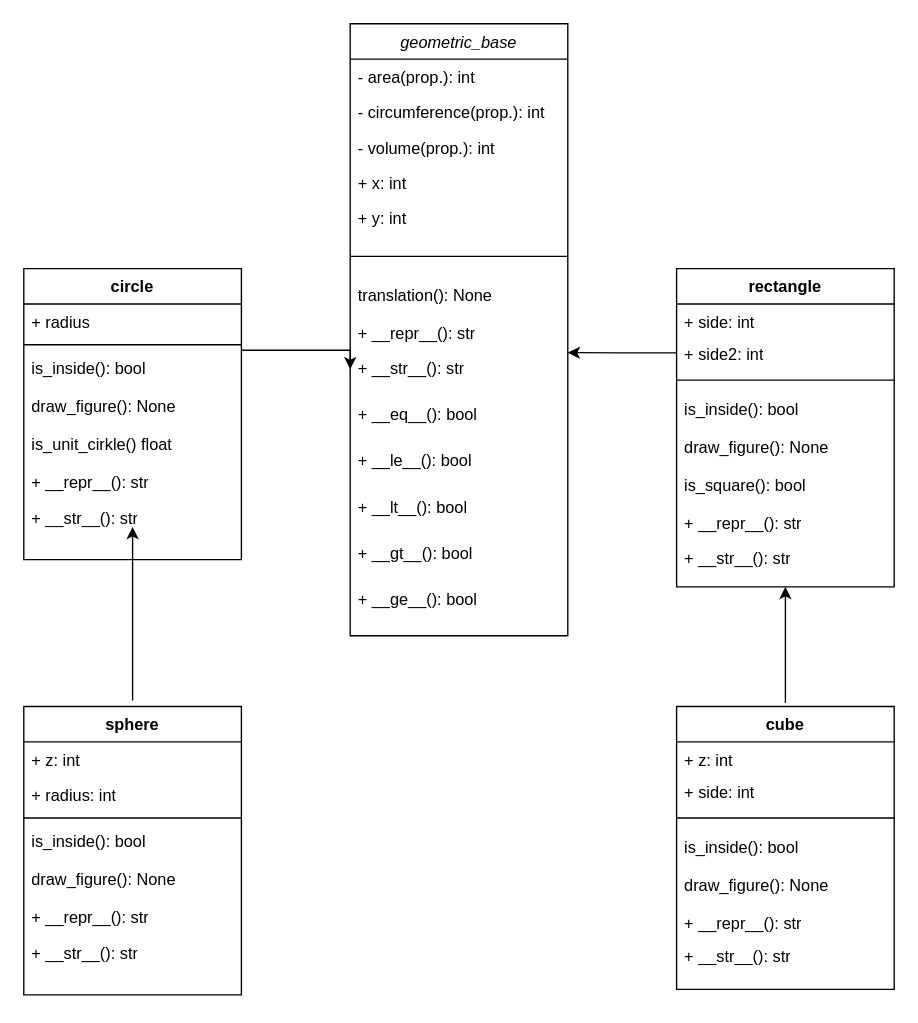
The draw.io diagram Labs/Untitled Diagram.drawio in koop46/Python_Alejandro_Martinez, before the edit. Source tidied: cells renumbered, new cells numbered last; positions are measured from the earlier drawing's top-left corner, leaving out a move shared by most shapes. Both pictures are drawn from the tidied source at 136%, with x=0, y=0 at pixel (23, 23).
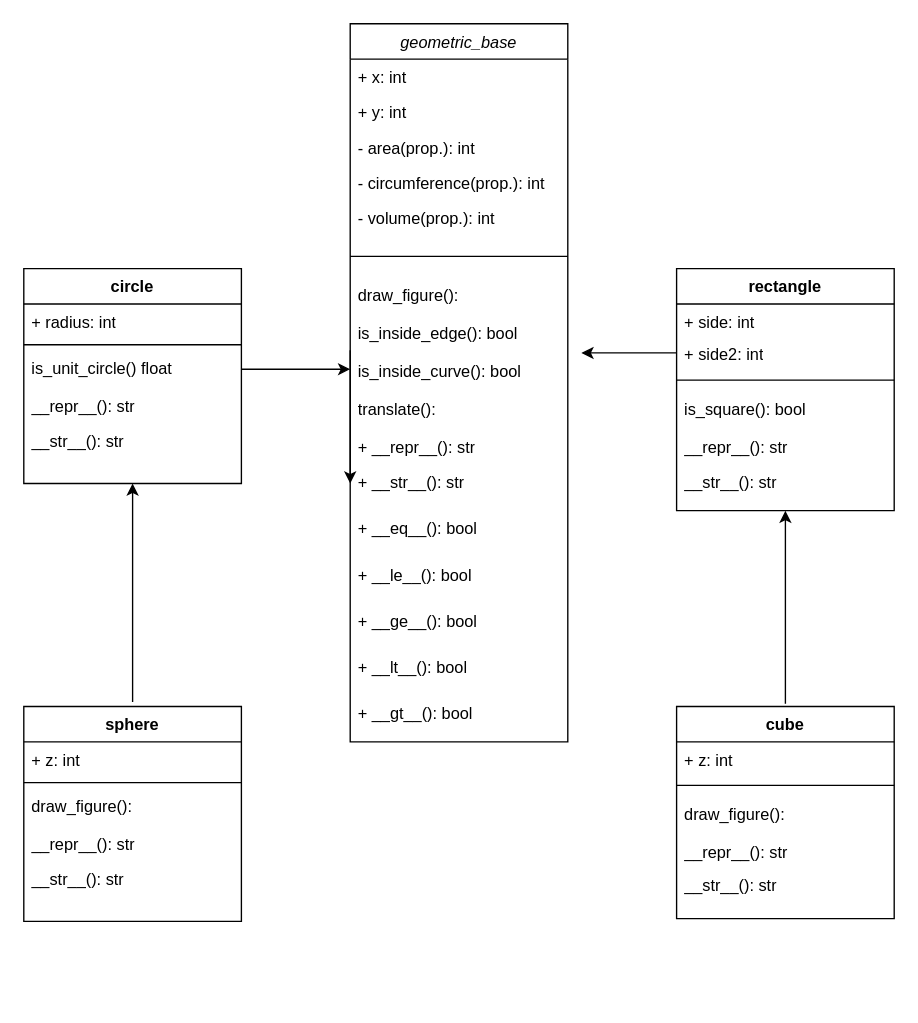
The same diagram, later.

The change refers to these unchanged cells:
```xml
<mxCell id="19" value="+ side2: int" style="text;strokeColor=none;fillColor=none;align=left;verticalAlign=top;spacingLeft=4;spacingRight=4;overflow=hidden;points=[[0,0.5],[1,0.5]];portConstraint=eastwest;whiteSpace=wrap;html=1;" parent="17" vertex="1">
  <mxGeometry y="50" width="160" height="24" as="geometry" />
</mxCell>
```

Change to the diagram source:
```diff
@@
     <mxCell id="2" value="geometric_base&#10;" style="swimlane;fontStyle=2;align=center;verticalAlign=top;horizontal=1;startSize=26;rounded=0;shadow=0;strokeWidth=1;" parent="1" vertex="1">
-      <mxGeometry x="240" width="160" height="450" as="geometry" />
+      <mxGeometry x="240" width="160" height="528" as="geometry" />
     </mxCell>
+    <mxCell id="6" value="+ x: int" style="text;align=left;verticalAlign=top;spacingLeft=4;spacingRight=4;overflow=hidden;rounded=0;shadow=0;html=0;" parent="2" vertex="1">
+      <mxGeometry y="26" width="160" height="26" as="geometry" />
+    </mxCell>
+    <mxCell id="7" value="+ y: int" style="text;align=left;verticalAlign=top;spacingLeft=4;spacingRight=4;overflow=hidden;rounded=0;shadow=0;html=0;" parent="2" vertex="1">
+      <mxGeometry y="52" width="160" height="26" as="geometry" />
+    </mxCell>
     <mxCell id="3" value="- area(prop.): int" style="text;align=left;verticalAlign=top;spacingLeft=4;spacingRight=4;overflow=hidden;" parent="2" vertex="1">
-      <mxGeometry y="26" width="160" height="26" as="geometry" />
+      <mxGeometry y="78" width="160" height="26" as="geometry" />
     </mxCell>
     <mxCell id="4" value="- circumference(prop.): int" style="text;align=left;verticalAlign=top;spacingLeft=4;spacingRight=4;overflow=hidden;rounded=0;shadow=0;html=0;" parent="2" vertex="1">
-      <mxGeometry y="52" width="160" height="26" as="geometry" />
+      <mxGeometry y="104" width="160" height="26" as="geometry" />
     </mxCell>
     <mxCell id="5" value="- volume(prop.): int" style="text;align=left;verticalAlign=top;spacingLeft=4;spacingRight=4;overflow=hidden;rounded=0;shadow=0;html=0;" parent="2" vertex="1">
-      <mxGeometry y="78" width="160" height="26" as="geometry" />
+      <mxGeometry y="130" width="160" height="26" as="geometry" />
     </mxCell>
-    <mxCell id="6" value="+ x: int" style="text;align=left;verticalAlign=top;spacingLeft=4;spacingRight=4;overflow=hidden;rounded=0;shadow=0;html=0;" parent="2" vertex="1">
-      <mxGeometry y="104" width="160" height="26" as="geometry" />
-    </mxCell>
-    <mxCell id="7" value="+ y: int" style="text;align=left;verticalAlign=top;spacingLeft=4;spacingRight=4;overflow=hidden;rounded=0;shadow=0;html=0;" parent="2" vertex="1">
-      <mxGeometry y="130" width="160" height="26" as="geometry" />
-    </mxCell>
@@
+    <mxCell id="22" value="draw_figure():" style="text;align=left;verticalAlign=top;spacingLeft=4;spacingRight=4;overflow=hidden;" parent="2" vertex="1">
+      <mxGeometry y="186" width="160" height="28" as="geometry" />
+    </mxCell>
+    <mxCell id="21" value="is_inside_edge(): bool" style="text;align=left;verticalAlign=top;spacingLeft=4;spacingRight=4;overflow=hidden;" parent="2" vertex="1">
+      <mxGeometry y="214" width="160" height="28" as="geometry" />
+    </mxCell>
+    <mxCell id="29" value="is_inside_curve(): bool" style="text;align=left;verticalAlign=top;spacingLeft=4;spacingRight=4;overflow=hidden;points=[[0,0.5],[1,0.5]];portConstraint=eastwest;" parent="2" vertex="1">
+      <mxGeometry y="242" width="160" height="28" as="geometry" />
+    </mxCell>
-    <mxCell id="9" value="translation(): None" style="text;align=left;verticalAlign=top;spacingLeft=4;spacingRight=4;overflow=hidden;" parent="2" vertex="1">
-      <mxGeometry y="186" width="160" height="28" as="geometry" />
+    <mxCell id="9" value="translate():" style="text;align=left;verticalAlign=top;spacingLeft=4;spacingRight=4;overflow=hidden;" parent="2" vertex="1">
+      <mxGeometry y="270" width="160" height="28" as="geometry" />
     </mxCell>
     <mxCell id="10" value="+ __repr__(): str" style="text;strokeColor=none;fillColor=none;align=left;verticalAlign=top;spacingLeft=4;spacingRight=4;overflow=hidden;whiteSpace=wrap;html=1;" parent="2" vertex="1">
-      <mxGeometry y="214" width="160" height="26" as="geometry" />
+      <mxGeometry y="298" width="160" height="26" as="geometry" />
     </mxCell>
     <mxCell id="11" value="+ __str__(): str" style="text;strokeColor=none;fillColor=none;align=left;verticalAlign=top;spacingLeft=4;spacingRight=4;overflow=hidden;points=[[0,0.5],[1,0.5]];portConstraint=eastwest;whiteSpace=wrap;html=1;" parent="2" vertex="1">
-      <mxGeometry y="240" width="160" height="34" as="geometry" />
+      <mxGeometry y="324" width="160" height="34" as="geometry" />
     </mxCell>
     <mxCell id="12" value="+ __eq__(): bool" style="text;strokeColor=none;fillColor=none;align=left;verticalAlign=top;spacingLeft=4;spacingRight=4;overflow=hidden;whiteSpace=wrap;html=1;" parent="2" vertex="1">
-      <mxGeometry y="274" width="160" height="34" as="geometry" />
+      <mxGeometry y="358" width="160" height="34" as="geometry" />
     </mxCell>
     <mxCell id="13" value="+ __le__(): bool" style="text;strokeColor=none;fillColor=none;align=left;verticalAlign=top;spacingLeft=4;spacingRight=4;overflow=hidden;whiteSpace=wrap;html=1;" parent="2" vertex="1">
-      <mxGeometry y="308" width="160" height="34" as="geometry" />
+      <mxGeometry y="392" width="160" height="34" as="geometry" />
     </mxCell>
+    <mxCell id="16" value="+ __ge__(): bool" style="text;strokeColor=none;fillColor=none;align=left;verticalAlign=top;spacingLeft=4;spacingRight=4;overflow=hidden;whiteSpace=wrap;html=1;" parent="2" vertex="1">
+      <mxGeometry y="426" width="160" height="34" as="geometry" />
+    </mxCell>
     <mxCell id="14" value="+ __lt__(): bool" style="text;strokeColor=none;fillColor=none;align=left;verticalAlign=top;spacingLeft=4;spacingRight=4;overflow=hidden;whiteSpace=wrap;html=1;" parent="2" vertex="1">
-      <mxGeometry y="342" width="160" height="34" as="geometry" />
+      <mxGeometry y="460" width="160" height="34" as="geometry" />
     </mxCell>
     <mxCell id="15" value="+ __gt__(): bool" style="text;strokeColor=none;fillColor=none;align=left;verticalAlign=top;spacingLeft=4;spacingRight=4;overflow=hidden;whiteSpace=wrap;html=1;" parent="2" vertex="1">
-      <mxGeometry y="376" width="160" height="34" as="geometry" />
+      <mxGeometry y="494" width="160" height="34" as="geometry" />
     </mxCell>
-    <mxCell id="16" value="+ __ge__(): bool" style="text;strokeColor=none;fillColor=none;align=left;verticalAlign=top;spacingLeft=4;spacingRight=4;overflow=hidden;whiteSpace=wrap;html=1;" parent="2" vertex="1">
-      <mxGeometry y="410" width="160" height="34" as="geometry" />
-    </mxCell>
+    <mxCell id="53" style="edgeStyle=orthogonalEdgeStyle;rounded=0;jettySize=auto;html=1;entryX=0;entryY=0.412;entryDx=0;entryDy=0;entryPerimeter=0;" parent="2" edge="1" source="29" target="11">
+      <mxGeometry relative="1" as="geometry">
+        <Array as="points">
+          <mxPoint y="240" />
+        </Array>
+      </mxGeometry>
+    </mxCell>
     <mxCell id="17" value="rectangle" style="swimlane;fontStyle=1;align=center;verticalAlign=top;horizontal=1;startSize=26;whiteSpace=wrap;html=1;" parent="1" vertex="1">
-      <mxGeometry x="480" y="180" width="160" height="234" as="geometry" />
+      <mxGeometry x="480" y="180" width="160" height="178" as="geometry" />
     </mxCell>
@@
+    <mxCell id="54" style="edgeStyle=orthogonalEdgeStyle;rounded=0;jettySize=auto;html=1;" parent="17" edge="1" source="19">
+      <mxGeometry relative="1" as="geometry">
+        <mxPoint x="-70" y="62" as="targetPoint" />
+      </mxGeometry>
+    </mxCell>
@@
-    <mxCell id="21" value="is_inside(): bool" style="text;align=left;verticalAlign=top;spacingLeft=4;spacingRight=4;overflow=hidden;" parent="17" vertex="1">
-      <mxGeometry y="90" width="160" height="28" as="geometry" />
-    </mxCell>
-    <mxCell id="22" value="draw_figure(): None" style="text;align=left;verticalAlign=top;spacingLeft=4;spacingRight=4;overflow=hidden;" parent="17" vertex="1">
-      <mxGeometry y="118" width="160" height="28" as="geometry" />
-    </mxCell>
     <mxCell id="23" value="is_square(): bool" style="text;align=left;verticalAlign=top;spacingLeft=4;spacingRight=4;overflow=hidden;" parent="17" vertex="1">
-      <mxGeometry y="146" width="160" height="28" as="geometry" />
+      <mxGeometry y="90" width="160" height="28" as="geometry" />
     </mxCell>
-    <mxCell id="24" value="+ __repr__(): str" style="text;strokeColor=none;fillColor=none;align=left;verticalAlign=top;spacingLeft=4;spacingRight=4;overflow=hidden;whiteSpace=wrap;html=1;" parent="17" vertex="1">
-      <mxGeometry y="174" width="160" height="26" as="geometry" />
+    <mxCell id="24" value="__repr__(): str" style="text;strokeColor=none;fillColor=none;align=left;verticalAlign=top;spacingLeft=4;spacingRight=4;overflow=hidden;whiteSpace=wrap;html=1;" parent="17" vertex="1">
+      <mxGeometry y="118" width="160" height="26" as="geometry" />
     </mxCell>
-    <mxCell id="25" value="+ __str__(): str" style="text;strokeColor=none;fillColor=none;align=left;verticalAlign=top;spacingLeft=4;spacingRight=4;overflow=hidden;points=[[0,0.5],[1,0.5]];portConstraint=eastwest;whiteSpace=wrap;html=1;" parent="17" vertex="1">
-      <mxGeometry y="200" width="160" height="34" as="geometry" />
+    <mxCell id="25" value="__str__(): str" style="text;strokeColor=none;fillColor=none;align=left;verticalAlign=top;spacingLeft=4;spacingRight=4;overflow=hidden;points=[[0,0.5],[1,0.5]];portConstraint=eastwest;whiteSpace=wrap;html=1;" parent="17" vertex="1">
+      <mxGeometry y="144" width="160" height="34" as="geometry" />
     </mxCell>
     <mxCell id="26" value="circle&lt;br&gt;" style="swimlane;fontStyle=1;align=center;verticalAlign=top;horizontal=1;startSize=26;whiteSpace=wrap;html=1;" parent="1" vertex="1">
-      <mxGeometry y="180" width="160" height="214" as="geometry" />
+      <mxGeometry y="180" width="160" height="158" as="geometry" />
     </mxCell>
-    <mxCell id="27" value="+ radius" style="text;strokeColor=none;fillColor=none;align=left;verticalAlign=top;spacingLeft=4;spacingRight=4;overflow=hidden;whiteSpace=wrap;html=1;" parent="26" vertex="1">
+    <mxCell id="27" value="+ radius: int" style="text;strokeColor=none;fillColor=none;align=left;verticalAlign=top;spacingLeft=4;spacingRight=4;overflow=hidden;whiteSpace=wrap;html=1;" parent="26" vertex="1">
       <mxGeometry y="26" width="160" height="26" as="geometry" />
     </mxCell>
@@
-    <mxCell id="29" value="is_inside(): bool" style="text;align=left;verticalAlign=top;spacingLeft=4;spacingRight=4;overflow=hidden;points=[[0,0.5],[1,0.5]];portConstraint=eastwest;" parent="26" vertex="1">
-      <mxGeometry y="60" width="160" height="28" as="geometry" />
-    </mxCell>
-    <mxCell id="30" value="draw_figure(): None" style="text;align=left;verticalAlign=top;spacingLeft=4;spacingRight=4;overflow=hidden;" parent="26" vertex="1">
-      <mxGeometry y="88" width="160" height="28" as="geometry" />
-    </mxCell>
+    <mxCell id="55" style="edgeStyle=orthogonalEdgeStyle;rounded=0;jettySize=auto;html=1;" parent="26" edge="1" source="31">
+      <mxGeometry relative="1" as="geometry">
+        <mxPoint x="240" y="74" as="targetPoint" />
+      </mxGeometry>
+    </mxCell>
-    <mxCell id="31" value="is_unit_cirkle() float" style="text;align=left;verticalAlign=top;spacingLeft=4;spacingRight=4;overflow=hidden;points=[[0,0.5],[1,0.5]];portConstraint=eastwest;" parent="26" vertex="1">
-      <mxGeometry y="116" width="160" height="28" as="geometry" />
+    <mxCell id="31" value="is_unit_circle() float" style="text;align=left;verticalAlign=top;spacingLeft=4;spacingRight=4;overflow=hidden;points=[[0,0.5],[1,0.5]];portConstraint=eastwest;" parent="26" vertex="1">
+      <mxGeometry y="60" width="160" height="28" as="geometry" />
     </mxCell>
-    <mxCell id="32" value="+ __repr__(): str" style="text;strokeColor=none;fillColor=none;align=left;verticalAlign=top;spacingLeft=4;spacingRight=4;overflow=hidden;whiteSpace=wrap;html=1;" parent="26" vertex="1">
-      <mxGeometry y="144" width="160" height="26" as="geometry" />
+    <mxCell id="32" value="__repr__(): str" style="text;strokeColor=none;fillColor=none;align=left;verticalAlign=top;spacingLeft=4;spacingRight=4;overflow=hidden;whiteSpace=wrap;html=1;" parent="26" vertex="1">
+      <mxGeometry y="88" width="160" height="26" as="geometry" />
     </mxCell>
-    <mxCell id="33" value="+ __str__(): str" style="text;strokeColor=none;fillColor=none;align=left;verticalAlign=top;spacingLeft=4;spacingRight=4;overflow=hidden;whiteSpace=wrap;html=1;" parent="26" vertex="1">
-      <mxGeometry y="170" width="160" height="44" as="geometry" />
+    <mxCell id="33" value="__str__(): str" style="text;strokeColor=none;fillColor=none;align=left;verticalAlign=top;spacingLeft=4;spacingRight=4;overflow=hidden;whiteSpace=wrap;html=1;" parent="26" vertex="1">
+      <mxGeometry y="114" width="160" height="44" as="geometry" />
     </mxCell>
@@
     <mxCell id="35" value="cube" style="swimlane;fontStyle=1;align=center;verticalAlign=top;horizontal=1;startSize=26;whiteSpace=wrap;html=1;" parent="1" vertex="1">
-      <mxGeometry x="480" y="502" width="160" height="208" as="geometry" />
+      <mxGeometry x="480" y="502" width="160" height="156" as="geometry" />
     </mxCell>
@@
-    <mxCell id="37" value="+ side: int" style="text;strokeColor=none;fillColor=none;align=left;verticalAlign=top;spacingLeft=4;spacingRight=4;overflow=hidden;whiteSpace=wrap;html=1;" parent="35" vertex="1">
-      <mxGeometry y="50" width="160" height="24" as="geometry" />
-    </mxCell>
     <mxCell id="38" style="line;strokeWidth=1;fillColor=none;align=left;verticalAlign=middle;spacingTop=-1;spacingLeft=3;spacingRight=3;labelPosition=right;strokeColor=inherit;" parent="35" vertex="1">
-      <mxGeometry y="74" width="160" height="16" as="geometry" />
+      <mxGeometry y="50" width="160" height="16" as="geometry" />
     </mxCell>
-    <mxCell id="39" value="is_inside(): bool" style="text;align=left;verticalAlign=top;spacingLeft=4;spacingRight=4;overflow=hidden;" parent="35" vertex="1">
-      <mxGeometry y="90" width="160" height="28" as="geometry" />
-    </mxCell>
-    <mxCell id="40" value="draw_figure(): None" style="text;align=left;verticalAlign=top;spacingLeft=4;spacingRight=4;overflow=hidden;" parent="35" vertex="1">
-      <mxGeometry y="118" width="160" height="28" as="geometry" />
+    <mxCell id="40" value="draw_figure():" style="text;align=left;verticalAlign=top;spacingLeft=4;spacingRight=4;overflow=hidden;" parent="35" vertex="1">
+      <mxGeometry y="66" width="160" height="28" as="geometry" />
     </mxCell>
-    <mxCell id="41" value="+ __repr__(): str" style="text;strokeColor=none;fillColor=none;align=left;verticalAlign=top;spacingLeft=4;spacingRight=4;overflow=hidden;whiteSpace=wrap;html=1;" parent="35" vertex="1">
-      <mxGeometry y="146" width="160" height="24" as="geometry" />
+    <mxCell id="41" value="__repr__(): str" style="text;strokeColor=none;fillColor=none;align=left;verticalAlign=top;spacingLeft=4;spacingRight=4;overflow=hidden;whiteSpace=wrap;html=1;" parent="35" vertex="1">
+      <mxGeometry y="94" width="160" height="24" as="geometry" />
     </mxCell>
-    <mxCell id="42" value="+ __str__(): str" style="text;strokeColor=none;fillColor=none;align=left;verticalAlign=top;spacingLeft=4;spacingRight=4;overflow=hidden;whiteSpace=wrap;html=1;" parent="35" vertex="1">
-      <mxGeometry y="170" width="160" height="38" as="geometry" />
+    <mxCell id="42" value="__str__(): str" style="text;strokeColor=none;fillColor=none;align=left;verticalAlign=top;spacingLeft=4;spacingRight=4;overflow=hidden;whiteSpace=wrap;html=1;" parent="35" vertex="1">
+      <mxGeometry y="118" width="160" height="38" as="geometry" />
     </mxCell>
-    <mxCell id="43" style="edgeStyle=orthogonalEdgeStyle;rounded=0;jettySize=auto;html=1;exitX=0.5;exitY=-0.021;exitDx=0;exitDy=0;exitPerimeter=0;" parent="1" edge="1" source="44">
-      <mxGeometry relative="1" as="geometry">
-        <mxPoint x="80" y="370" as="targetPoint" />
-      </mxGeometry>
+    <mxCell id="43" style="edgeStyle=orthogonalEdgeStyle;rounded=0;jettySize=auto;html=1;exitX=0.5;exitY=-0.021;exitDx=0;exitDy=0;exitPerimeter=0;entryX=0.5;entryY=1;entryDx=0;entryDy=0;" parent="1" edge="1" source="44" target="26">
+      <mxGeometry relative="1" as="geometry" />
     </mxCell>
     <mxCell id="44" value="sphere" style="swimlane;fontStyle=1;align=center;verticalAlign=top;horizontal=1;startSize=26;whiteSpace=wrap;html=1;" parent="1" vertex="1">
-      <mxGeometry y="502" width="160" height="212" as="geometry" />
+      <mxGeometry y="502" width="160" height="158" as="geometry" />
     </mxCell>
@@
-    <mxCell id="46" value="+ radius: int" style="text;strokeColor=none;fillColor=none;align=left;verticalAlign=top;spacingLeft=4;spacingRight=4;overflow=hidden;whiteSpace=wrap;html=1;" parent="44" vertex="1">
-      <mxGeometry y="52" width="160" height="26" as="geometry" />
-    </mxCell>
     <mxCell id="47" style="line;strokeWidth=1;fillColor=none;align=left;verticalAlign=middle;spacingTop=-1;spacingLeft=3;spacingRight=3;labelPosition=right;strokeColor=inherit;" parent="44" vertex="1">
-      <mxGeometry y="78" width="160" height="8" as="geometry" />
+      <mxGeometry y="52" width="160" height="8" as="geometry" />
     </mxCell>
-    <mxCell id="48" value="is_inside(): bool" style="text;align=left;verticalAlign=top;spacingLeft=4;spacingRight=4;overflow=hidden;" parent="44" vertex="1">
-      <mxGeometry y="86" width="160" height="28" as="geometry" />
-    </mxCell>
-    <mxCell id="49" value="draw_figure(): None" style="text;align=left;verticalAlign=top;spacingLeft=4;spacingRight=4;overflow=hidden;" parent="44" vertex="1">
-      <mxGeometry y="114" width="160" height="28" as="geometry" />
+    <mxCell id="49" value="draw_figure(): " style="text;align=left;verticalAlign=top;spacingLeft=4;spacingRight=4;overflow=hidden;" parent="44" vertex="1">
+      <mxGeometry y="60" width="160" height="28" as="geometry" />
     </mxCell>
-    <mxCell id="50" value="+ __repr__(): str" style="text;strokeColor=none;fillColor=none;align=left;verticalAlign=top;spacingLeft=4;spacingRight=4;overflow=hidden;whiteSpace=wrap;html=1;" parent="44" vertex="1">
-      <mxGeometry y="142" width="160" height="26" as="geometry" />
+    <mxCell id="50" value="__repr__(): str" style="text;strokeColor=none;fillColor=none;align=left;verticalAlign=top;spacingLeft=4;spacingRight=4;overflow=hidden;whiteSpace=wrap;html=1;" parent="44" vertex="1">
+      <mxGeometry y="88" width="160" height="26" as="geometry" />
     </mxCell>
-    <mxCell id="51" value="+ __str__(): str" style="text;strokeColor=none;fillColor=none;align=left;verticalAlign=top;spacingLeft=4;spacingRight=4;overflow=hidden;whiteSpace=wrap;html=1;" parent="44" vertex="1">
-      <mxGeometry y="168" width="160" height="44" as="geometry" />
+    <mxCell id="51" value="__str__(): str" style="text;strokeColor=none;fillColor=none;align=left;verticalAlign=top;spacingLeft=4;spacingRight=4;overflow=hidden;whiteSpace=wrap;html=1;" parent="44" vertex="1">
+      <mxGeometry y="114" width="160" height="44" as="geometry" />
     </mxCell>
-    <mxCell id="52" style="edgeStyle=orthogonalEdgeStyle;rounded=0;jettySize=auto;html=1;exitX=0;exitY=0.5;exitDx=0;exitDy=0;" parent="1" edge="1" source="19">
-      <mxGeometry relative="1" as="geometry">
-        <mxPoint x="400" y="241.8" as="targetPoint" />
-      </mxGeometry>
-    </mxCell>
-    <mxCell id="53" style="edgeStyle=orthogonalEdgeStyle;rounded=0;jettySize=auto;html=1;entryX=0;entryY=0.412;entryDx=0;entryDy=0;entryPerimeter=0;" parent="1" edge="1" source="29" target="11">
-      <mxGeometry relative="1" as="geometry">
-        <Array as="points">
-          <mxPoint x="240" y="240" />
-        </Array>
-      </mxGeometry>
-    </mxCell>
```
